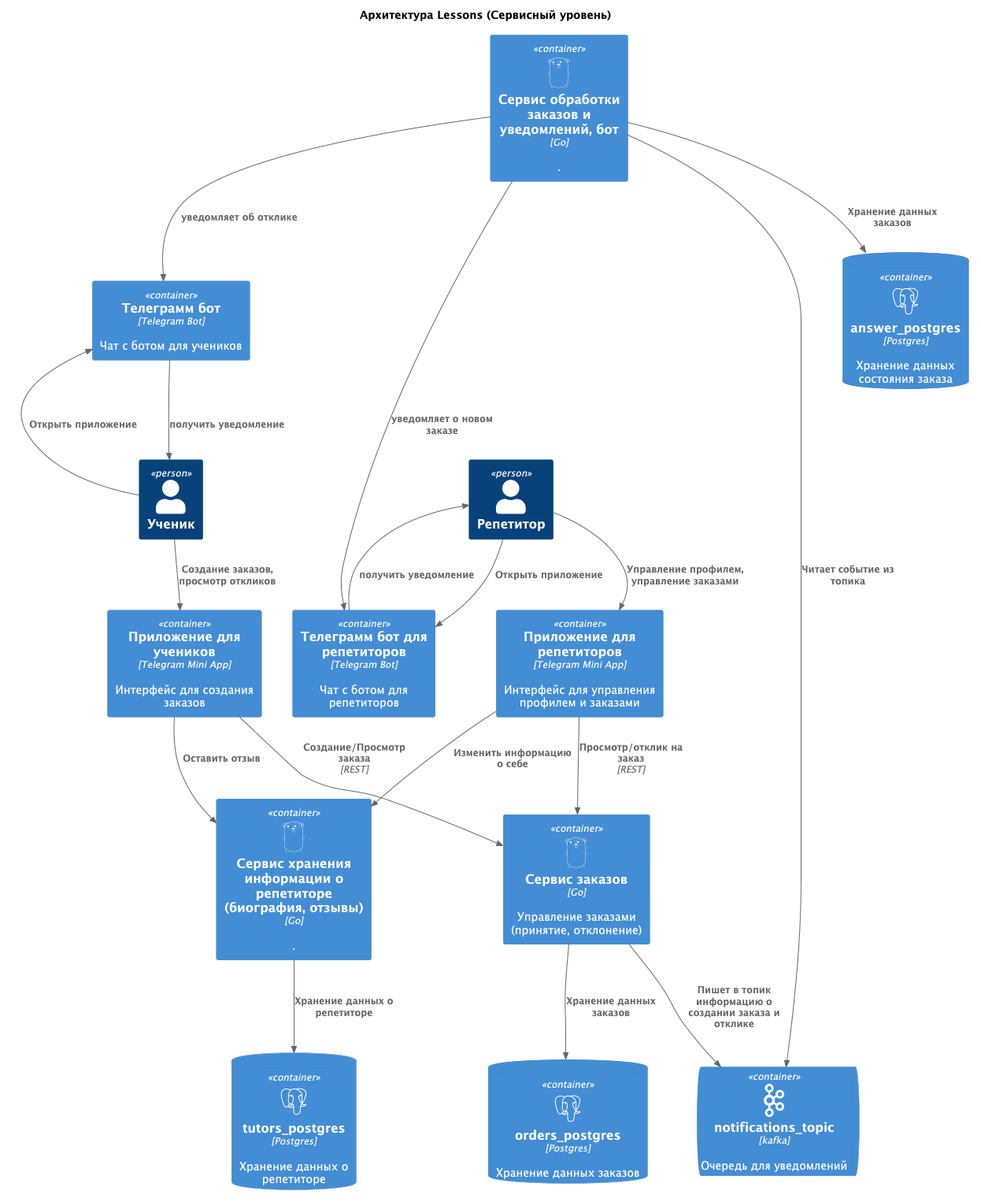
This is services/docs/services_c4_diagram/c4_containers.png from randnull/Lessons, a PlantUML export, as it was before one commit.
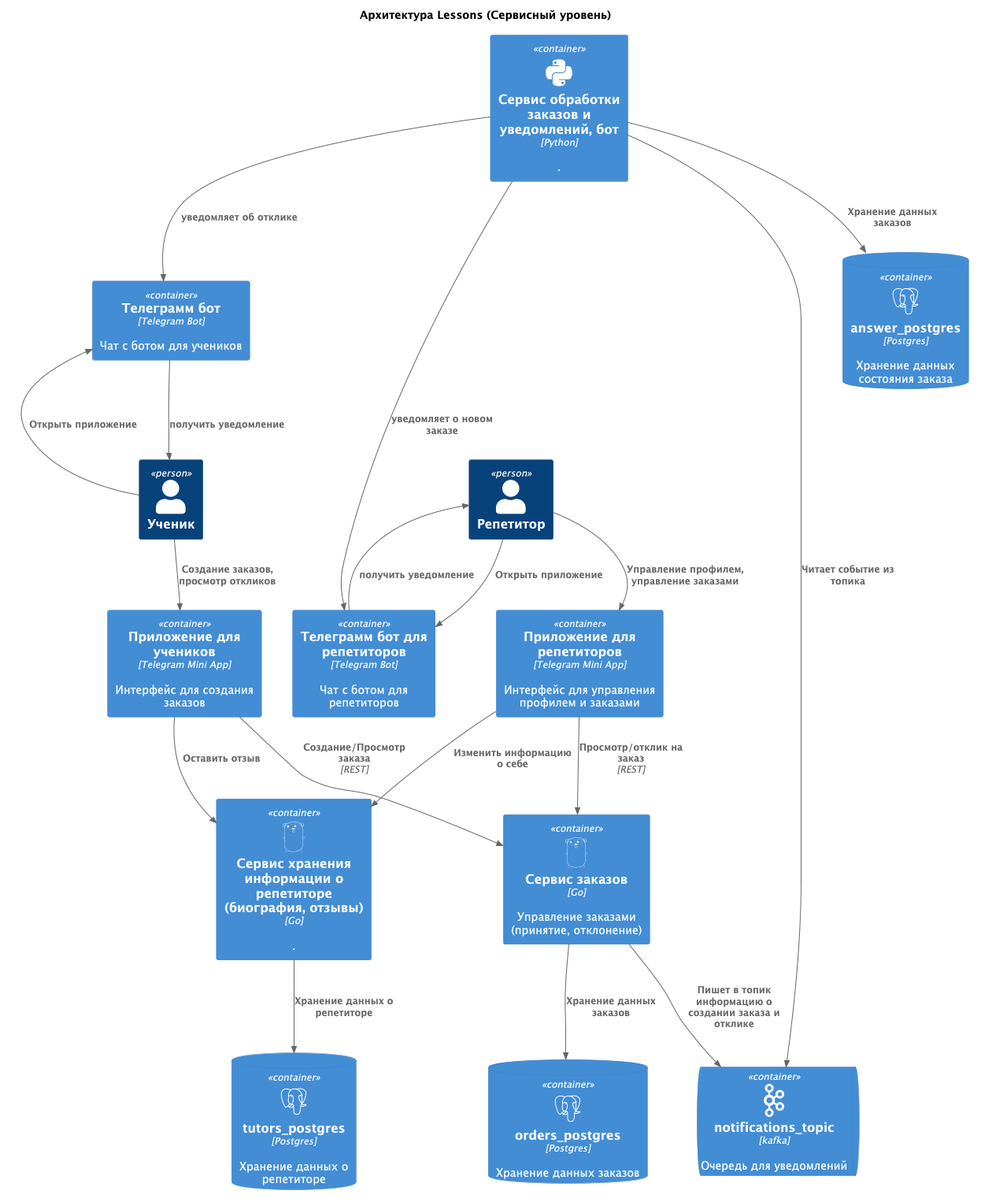
Later version of the same file.

Change to the diagram source:
```diff
@@ -18,7 +18,7 @@
 Container(LessonsApp, "Приложение для учеников", "Telegram Mini App", "Интерфейс для создания заказов")
 
 Container(order_service, "Сервис заказов", "Go", "Управление заказами (принятие, отклонение)", "go")
-Container(answer_engine_service, "Сервис обработки заказов и уведомлений, бот", "Go", ".", "go")
+Container(answer_engine_service, "Сервис обработки заказов и уведомлений, бот", "Python", ".", "python")
 Container(tutors_service, "Сервис хранения информации о репетиторе (биография, отзывы)", "Go", ".", "go")
 
 ContainerQueue(NotificationQueue, "notifications_topic", "kafka", "Очередь для уведомлений", "kafka")
```
